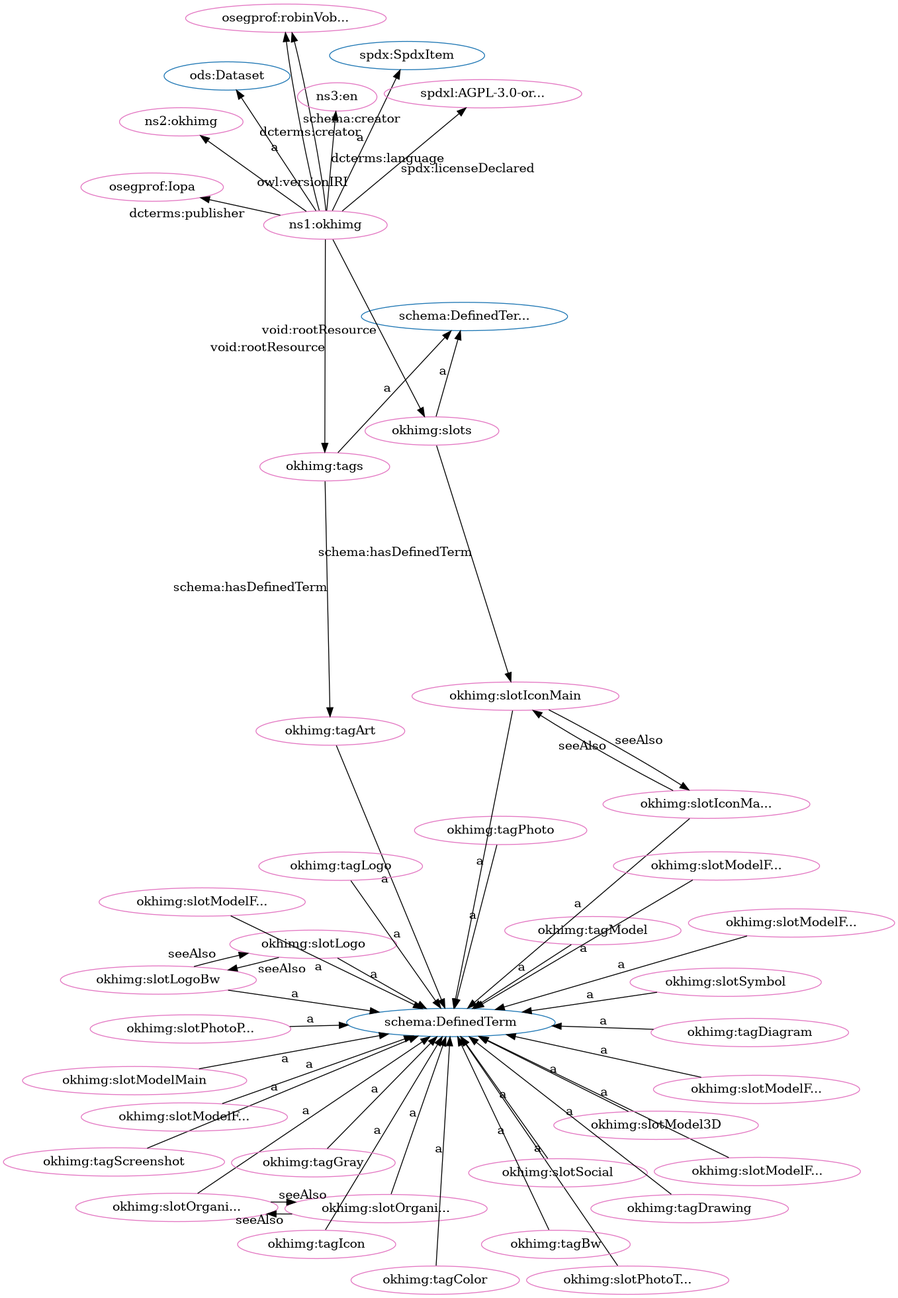
iop-alliance/OpenKnowHow keeps this Graphviz diagram as src/spec/fdp_okh-img-clean.png. Above is the earlier version. Its source is kept beside it as src/spec/fdp_okh-img-clean.dot.
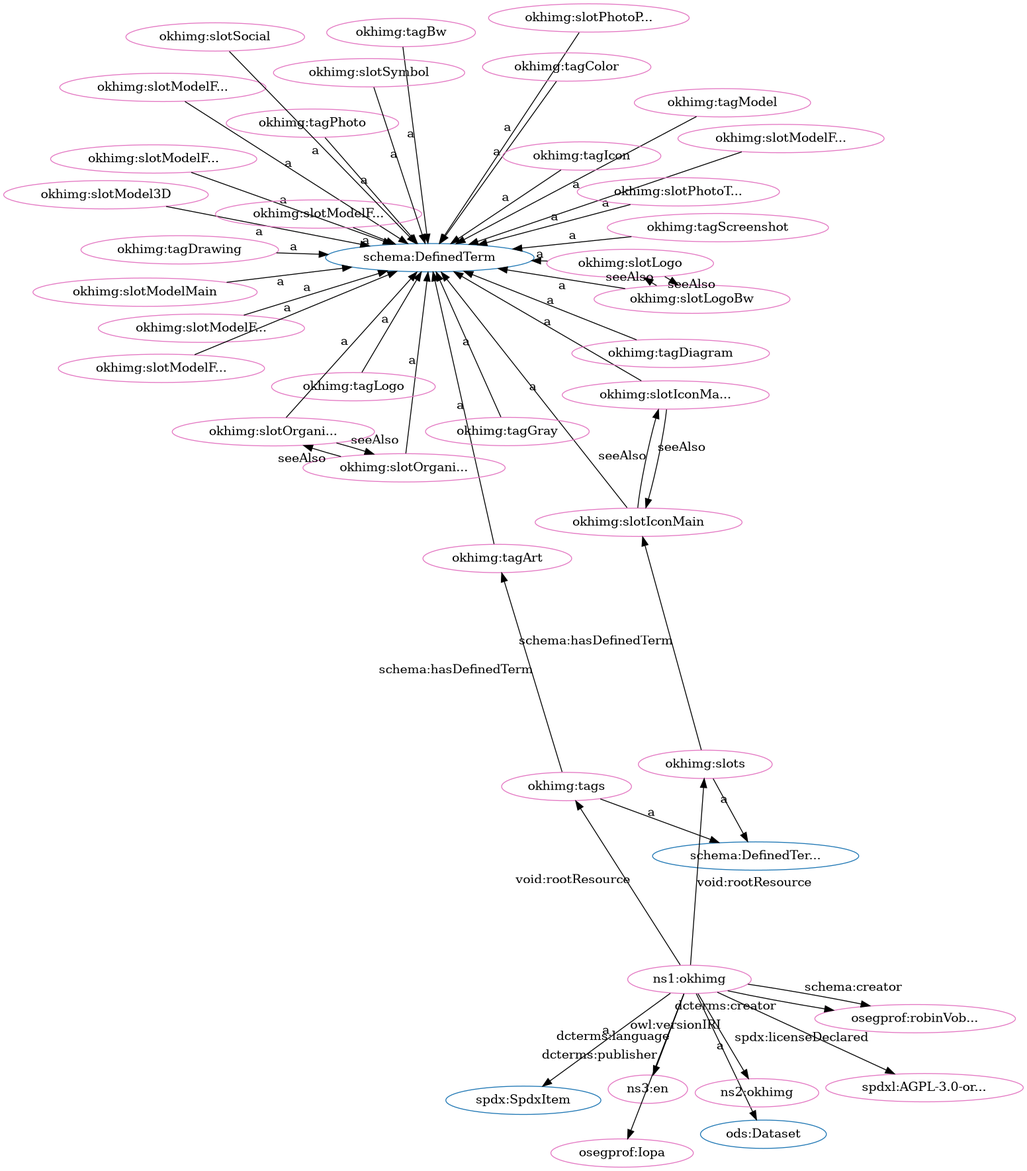
After the commit.

Change to the diagram source:
```diff
@@ -2,93 +2,93 @@
   rankdir=BT
   node[height=.3]
 "http://schema.org/DefinedTerm" [fillcolor="#1f77b4" color="#1f77b4" label="schema:DefinedTerm"]
+"http://schema.org/DefinedTermSet" [fillcolor="#1f77b4" color="#1f77b4" label="schema:DefinedTer..."]
 "http://spdx.org/rdf/terms#SpdxItem" [fillcolor="#1f77b4" color="#1f77b4" label="spdx:SpdxItem"]
-"http://schema.org/DefinedTermSet" [fillcolor="#1f77b4" color="#1f77b4" label="schema:DefinedTer..."]
 "http://w3id.org/oseg/ont/ods#Dataset" [fillcolor="#1f77b4" color="#1f77b4" label="ods:Dataset"]
-"http://w3id.org/oseg/ont/okhimg#slotModelFromFront" [fillcolor="#e377c2" color="#e377c2" label="okhimg:slotModelF..."]
-"http://w3id.org/oseg/ont/oseg-profiles#robinVobruba" [fillcolor="#e377c2" color="#e377c2" label="osegprof:robinVob..."]
+"http://w3id.org/oseg/ont/okhimg#slotModelFromLeft" [fillcolor="#e377c2" color="#e377c2" label="okhimg:slotModelF..."]
+"http://w3id.org/oseg/ont/okhimg#slotModel3D" [fillcolor="#e377c2" color="#e377c2" label="okhimg:slotModel3D"]
+"http://w3id.org/oseg/ont/okhimg#slotModelFromAbove" [fillcolor="#e377c2" color="#e377c2" label="okhimg:slotModelF..."]
+"http://w3id.org/oseg/ont/okhimg#tagArt" [fillcolor="#e377c2" color="#e377c2" label="okhimg:tagArt"]
+"http://w3id.org/oseg/ont/okhimg" [fillcolor="#e377c2" color="#e377c2" label="ns1:okhimg"]
 "http://w3id.org/oseg/ont/okhimg#slotOrganizationLogo" [fillcolor="#e377c2" color="#e377c2" label="okhimg:slotOrgani..."]
-"http://w3id.org/oseg/ont/okhimg#tagPhoto" [fillcolor="#e377c2" color="#e377c2" label="okhimg:tagPhoto"]
-"http://w3id.org/oseg/ont/okhimg#tagColor" [fillcolor="#e377c2" color="#e377c2" label="okhimg:tagColor"]
-"http://w3id.org/oseg/ont/okhimg#tagModel" [fillcolor="#e377c2" color="#e377c2" label="okhimg:tagModel"]
-"http://w3id.org/oseg/ont/okhimg#slotModel3D" [fillcolor="#e377c2" color="#e377c2" label="okhimg:slotModel3D"]
-"http://w3id.org/oseg/ont/okhimg" [fillcolor="#e377c2" color="#e377c2" label="ns1:okhimg"]
-"http://w3id.org/oseg/ont/okhimg#slotModelFromBack" [fillcolor="#e377c2" color="#e377c2" label="okhimg:slotModelF..."]
-"http://w3id.org/oseg/ont/okhimg#slots" [fillcolor="#e377c2" color="#e377c2" label="okhimg:slots"]
-"http://w3id.org/oseg/ont/okhimg#slotLogo" [fillcolor="#e377c2" color="#e377c2" label="okhimg:slotLogo"]
-"http://w3id.org/oseg/ont/okhimg#slotModelFromBelow" [fillcolor="#e377c2" color="#e377c2" label="okhimg:slotModelF..."]
-"http://w3id.org/oseg/ont/okhimg#slotIconMainBw" [fillcolor="#e377c2" color="#e377c2" label="okhimg:slotIconMa..."]
-"http://w3id.org/oseg/ont/okhimg#slotIconMain" [fillcolor="#e377c2" color="#e377c2" label="okhimg:slotIconMain"]
-"http://w3id.org/oseg/ont/okhimg#slotModelFromRight" [fillcolor="#e377c2" color="#e377c2" label="okhimg:slotModelF..."]
-"http://w3id.org/oseg/ont/okhimg#slotSymbol" [fillcolor="#e377c2" color="#e377c2" label="okhimg:slotSymbol"]
-"http://w3id.org/oseg/ont/okhimg#slotPhotoThingMain" [fillcolor="#e377c2" color="#e377c2" label="okhimg:slotPhotoT..."]
-"http://w3id.org/oseg/ont/okhimg#tagIcon" [fillcolor="#e377c2" color="#e377c2" label="okhimg:tagIcon"]
-"http://w3id.org/oseg/ont/okhimg#tagDiagram" [fillcolor="#e377c2" color="#e377c2" label="okhimg:tagDiagram"]
-"http://w3id.org/oseg/ont/okhimg#tagArt" [fillcolor="#e377c2" color="#e377c2" label="okhimg:tagArt"]
-"http://w3id.org/oseg/ont/okhimg#slotSocial" [fillcolor="#e377c2" color="#e377c2" label="okhimg:slotSocial"]
-"http://w3id.org/oseg/ont/okhimg#slotLogoBw" [fillcolor="#e377c2" color="#e377c2" label="okhimg:slotLogoBw"]
-"http://w3id.org/oseg/ont/okhimg#tags" [fillcolor="#e377c2" color="#e377c2" label="okhimg:tags"]
-"http://w3id.org/oseg/ont/oseg-profiles#Iopa" [fillcolor="#e377c2" color="#e377c2" label="osegprof:Iopa"]
-"http://w3id.org/oseg/ont/okhimg#tagGray" [fillcolor="#e377c2" color="#e377c2" label="okhimg:tagGray"]
-"http://w3id.org/oseg/ont/okhimg#tagScreenshot" [fillcolor="#e377c2" color="#e377c2" label="okhimg:tagScreenshot"]
 "http://w3id.org/oseg/ont/0.1.0/okhimg" [fillcolor="#e377c2" color="#e377c2" label="ns2:okhimg"]
 "http://id.loc.gov/vocabulary/iso639-1/en" [fillcolor="#e377c2" color="#e377c2" label="ns3:en"]
-"http://w3id.org/oseg/ont/okhimg#slotModelFromLeft" [fillcolor="#e377c2" color="#e377c2" label="okhimg:slotModelF..."]
+"http://w3id.org/oseg/ont/okhimg#slotLogoBw" [fillcolor="#e377c2" color="#e377c2" label="okhimg:slotLogoBw"]
+"http://w3id.org/oseg/ont/okhimg#slotModelFromFront" [fillcolor="#e377c2" color="#e377c2" label="okhimg:slotModelF..."]
+"http://w3id.org/oseg/ont/okhimg#tagDrawing" [fillcolor="#e377c2" color="#e377c2" label="okhimg:tagDrawing"]
+"http://spdx.org/licenses/AGPL-3.0-or-later" [fillcolor="#e377c2" color="#e377c2" label="spdxl:AGPL-3.0-or..."]
+"http://w3id.org/oseg/ont/okhimg#slots" [fillcolor="#e377c2" color="#e377c2" label="okhimg:slots"]
+"http://w3id.org/oseg/ont/okhimg#slotIconMain" [fillcolor="#e377c2" color="#e377c2" label="okhimg:slotIconMain"]
+"http://w3id.org/oseg/ont/okhimg#slotIconMainBw" [fillcolor="#e377c2" color="#e377c2" label="okhimg:slotIconMa..."]
+"http://w3id.org/oseg/ont/okhimg#slotPhotoThingMain" [fillcolor="#e377c2" color="#e377c2" label="okhimg:slotPhotoT..."]
+"http://w3id.org/oseg/ont/okhimg#tagModel" [fillcolor="#e377c2" color="#e377c2" label="okhimg:tagModel"]
+"http://w3id.org/oseg/ont/okhimg#tagPhoto" [fillcolor="#e377c2" color="#e377c2" label="okhimg:tagPhoto"]
+"http://w3id.org/oseg/ont/okhimg#slotModelFromRight" [fillcolor="#e377c2" color="#e377c2" label="okhimg:slotModelF..."]
+"http://w3id.org/oseg/ont/oseg-profiles#Iopa" [fillcolor="#e377c2" color="#e377c2" label="osegprof:Iopa"]
+"http://w3id.org/oseg/ont/okhimg#slotModelFromBelow" [fillcolor="#e377c2" color="#e377c2" label="okhimg:slotModelF..."]
 "http://w3id.org/oseg/ont/okhimg#slotModelMain" [fillcolor="#e377c2" color="#e377c2" label="okhimg:slotModelMain"]
 "http://w3id.org/oseg/ont/okhimg#slotPhotoPackaging" [fillcolor="#e377c2" color="#e377c2" label="okhimg:slotPhotoP..."]
+"http://w3id.org/oseg/ont/okhimg#tags" [fillcolor="#e377c2" color="#e377c2" label="okhimg:tags"]
+"http://w3id.org/oseg/ont/okhimg#tagLogo" [fillcolor="#e377c2" color="#e377c2" label="okhimg:tagLogo"]
+"http://w3id.org/oseg/ont/okhimg#tagScreenshot" [fillcolor="#e377c2" color="#e377c2" label="okhimg:tagScreenshot"]
+"http://w3id.org/oseg/ont/oseg-profiles#robinVobruba" [fillcolor="#e377c2" color="#e377c2" label="osegprof:robinVob..."]
+"http://w3id.org/oseg/ont/okhimg#slotModelFromBack" [fillcolor="#e377c2" color="#e377c2" label="okhimg:slotModelF..."]
 "http://w3id.org/oseg/ont/okhimg#tagBw" [fillcolor="#e377c2" color="#e377c2" label="okhimg:tagBw"]
+"http://w3id.org/oseg/ont/okhimg#tagColor" [fillcolor="#e377c2" color="#e377c2" label="okhimg:tagColor"]
+"http://w3id.org/oseg/ont/okhimg#slotLogo" [fillcolor="#e377c2" color="#e377c2" label="okhimg:slotLogo"]
+"http://w3id.org/oseg/ont/okhimg#slotSymbol" [fillcolor="#e377c2" color="#e377c2" label="okhimg:slotSymbol"]
+"http://w3id.org/oseg/ont/okhimg#tagDiagram" [fillcolor="#e377c2" color="#e377c2" label="okhimg:tagDiagram"]
+"http://w3id.org/oseg/ont/okhimg#slotSocial" [fillcolor="#e377c2" color="#e377c2" label="okhimg:slotSocial"]
 "http://w3id.org/oseg/ont/okhimg#slotOrganizationLogoBw" [fillcolor="#e377c2" color="#e377c2" label="okhimg:slotOrgani..."]
-"http://spdx.org/licenses/AGPL-3.0-or-later" [fillcolor="#e377c2" color="#e377c2" label="spdxl:AGPL-3.0-or..."]
-"http://w3id.org/oseg/ont/okhimg#slotModelFromAbove" [fillcolor="#e377c2" color="#e377c2" label="okhimg:slotModelF..."]
-"http://w3id.org/oseg/ont/okhimg#tagDrawing" [fillcolor="#e377c2" color="#e377c2" label="okhimg:tagDrawing"]
-"http://w3id.org/oseg/ont/okhimg#tagLogo" [fillcolor="#e377c2" color="#e377c2" label="okhimg:tagLogo"]
-  "http://w3id.org/oseg/ont/okhimg#slotModelFromFront" -> "http://schema.org/DefinedTerm" [label="a"]
-  "http://w3id.org/oseg/ont/okhimg" -> "http://w3id.org/oseg/ont/oseg-profiles#robinVobruba" [label="schema:creator"]
-  "http://w3id.org/oseg/ont/okhimg#slotOrganizationLogo" -> "http://schema.org/DefinedTerm" [label="a"]
-  "http://w3id.org/oseg/ont/okhimg#tagPhoto" -> "http://schema.org/DefinedTerm" [label="a"]
-  "http://w3id.org/oseg/ont/okhimg#tagModel" -> "http://schema.org/DefinedTerm" [label="a"]
-  "http://w3id.org/oseg/ont/okhimg#tagColor" -> "http://schema.org/DefinedTerm" [label="a"]
+"http://w3id.org/oseg/ont/okhimg#tagGray" [fillcolor="#e377c2" color="#e377c2" label="okhimg:tagGray"]
+"http://w3id.org/oseg/ont/okhimg#tagIcon" [fillcolor="#e377c2" color="#e377c2" label="okhimg:tagIcon"]
+  "http://w3id.org/oseg/ont/okhimg#slotModelFromLeft" -> "http://schema.org/DefinedTerm" [label="a"]
   "http://w3id.org/oseg/ont/okhimg#slotModel3D" -> "http://schema.org/DefinedTerm" [label="a"]
+  "http://w3id.org/oseg/ont/okhimg#slotModelFromAbove" -> "http://schema.org/DefinedTerm" [label="a"]
+  "http://w3id.org/oseg/ont/okhimg#tagArt" -> "http://schema.org/DefinedTerm" [label="a"]
   "http://w3id.org/oseg/ont/okhimg" -> "http://spdx.org/rdf/terms#SpdxItem" [label="a"]
-  "http://w3id.org/oseg/ont/okhimg#slotModelFromBack" -> "http://schema.org/DefinedTerm" [label="a"]
-  "http://w3id.org/oseg/ont/okhimg" -> "http://w3id.org/oseg/ont/okhimg#slots" [label="void:rootResource"]
-  "http://w3id.org/oseg/ont/okhimg#slotLogo" -> "http://schema.org/DefinedTerm" [label="a"]
-  "http://w3id.org/oseg/ont/okhimg#slotModelFromBelow" -> "http://schema.org/DefinedTerm" [label="a"]
-  "http://w3id.org/oseg/ont/okhimg#slotIconMainBw" -> "http://schema.org/DefinedTerm" [label="a"]
-  "http://w3id.org/oseg/ont/okhimg#slotIconMainBw" -> "http://w3id.org/oseg/ont/okhimg#slotIconMain" [label="seeAlso"]
-  "http://w3id.org/oseg/ont/okhimg#slotModelFromRight" -> "http://schema.org/DefinedTerm" [label="a"]
-  "http://w3id.org/oseg/ont/okhimg#slotSymbol" -> "http://schema.org/DefinedTerm" [label="a"]
-  "http://w3id.org/oseg/ont/okhimg#slotPhotoThingMain" -> "http://schema.org/DefinedTerm" [label="a"]
-  "http://w3id.org/oseg/ont/okhimg#tagIcon" -> "http://schema.org/DefinedTerm" [label="a"]
-  "http://w3id.org/oseg/ont/okhimg#tagDiagram" -> "http://schema.org/DefinedTerm" [label="a"]
-  "http://w3id.org/oseg/ont/okhimg#tagArt" -> "http://schema.org/DefinedTerm" [label="a"]
-  "http://w3id.org/oseg/ont/okhimg#slotIconMain" -> "http://schema.org/DefinedTerm" [label="a"]
-  "http://w3id.org/oseg/ont/okhimg#tags" -> "http://w3id.org/oseg/ont/okhimg#tagArt" [label="schema:hasDefinedTerm"]
-  "http://w3id.org/oseg/ont/okhimg" -> "http://w3id.org/oseg/ont/ods#Dataset" [label="a"]
-  "http://w3id.org/oseg/ont/okhimg#slotSocial" -> "http://schema.org/DefinedTerm" [label="a"]
-  "http://w3id.org/oseg/ont/okhimg#slotLogoBw" -> "http://schema.org/DefinedTerm" [label="a"]
-  "http://w3id.org/oseg/ont/okhimg" -> "http://w3id.org/oseg/ont/oseg-profiles#robinVobruba" [label="dcterms:creator"]
-  "http://w3id.org/oseg/ont/okhimg#tags" -> "http://schema.org/DefinedTermSet" [label="a"]
-  "http://w3id.org/oseg/ont/okhimg" -> "http://w3id.org/oseg/ont/okhimg#tags" [label="void:rootResource"]
-  "http://w3id.org/oseg/ont/okhimg" -> "http://w3id.org/oseg/ont/oseg-profiles#Iopa" [label="dcterms:publisher"]
-  "http://w3id.org/oseg/ont/okhimg#slotLogoBw" -> "http://w3id.org/oseg/ont/okhimg#slotLogo" [label="seeAlso"]
-  "http://w3id.org/oseg/ont/okhimg#tagGray" -> "http://schema.org/DefinedTerm" [label="a"]
-  "http://w3id.org/oseg/ont/okhimg#tagScreenshot" -> "http://schema.org/DefinedTerm" [label="a"]
+  "http://w3id.org/oseg/ont/okhimg#slotOrganizationLogoBw" -> "http://w3id.org/oseg/ont/okhimg#slotOrganizationLogo" [label="seeAlso"]
   "http://w3id.org/oseg/ont/okhimg" -> "http://w3id.org/oseg/ont/0.1.0/okhimg" [label="owl:versionIRI"]
   "http://w3id.org/oseg/ont/okhimg" -> "http://id.loc.gov/vocabulary/iso639-1/en" [label="dcterms:language"]
-  "http://w3id.org/oseg/ont/okhimg#slotModelFromLeft" -> "http://schema.org/DefinedTerm" [label="a"]
+  "http://w3id.org/oseg/ont/okhimg#slotLogo" -> "http://w3id.org/oseg/ont/okhimg#slotLogoBw" [label="seeAlso"]
+  "http://w3id.org/oseg/ont/okhimg#slotModelFromFront" -> "http://schema.org/DefinedTerm" [label="a"]
+  "http://w3id.org/oseg/ont/okhimg#tagDrawing" -> "http://schema.org/DefinedTerm" [label="a"]
+  "http://w3id.org/oseg/ont/okhimg" -> "http://spdx.org/licenses/AGPL-3.0-or-later" [label="spdx:licenseDeclared"]
+  "http://w3id.org/oseg/ont/okhimg" -> "http://w3id.org/oseg/ont/okhimg#slots" [label="void:rootResource"]
+  "http://w3id.org/oseg/ont/okhimg#slots" -> "http://w3id.org/oseg/ont/okhimg#slotIconMain" [label="schema:hasDefinedTerm"]
+  "http://w3id.org/oseg/ont/okhimg#slotIconMainBw" -> "http://schema.org/DefinedTerm" [label="a"]
+  "http://w3id.org/oseg/ont/okhimg#slotPhotoThingMain" -> "http://schema.org/DefinedTerm" [label="a"]
+  "http://w3id.org/oseg/ont/okhimg#tagModel" -> "http://schema.org/DefinedTerm" [label="a"]
+  "http://w3id.org/oseg/ont/okhimg#tags" -> "http://w3id.org/oseg/ont/okhimg#tagArt" [label="schema:hasDefinedTerm"]
+  "http://w3id.org/oseg/ont/okhimg#tagPhoto" -> "http://schema.org/DefinedTerm" [label="a"]
+  "http://w3id.org/oseg/ont/okhimg#slotModelFromRight" -> "http://schema.org/DefinedTerm" [label="a"]
+  "http://w3id.org/oseg/ont/okhimg" -> "http://w3id.org/oseg/ont/oseg-profiles#Iopa" [label="dcterms:publisher"]
+  "http://w3id.org/oseg/ont/okhimg#slotModelFromBelow" -> "http://schema.org/DefinedTerm" [label="a"]
+  "http://w3id.org/oseg/ont/okhimg#slotOrganizationLogo" -> "http://schema.org/DefinedTerm" [label="a"]
   "http://w3id.org/oseg/ont/okhimg#slotModelMain" -> "http://schema.org/DefinedTerm" [label="a"]
-  "http://w3id.org/oseg/ont/okhimg#slotOrganizationLogoBw" -> "http://w3id.org/oseg/ont/okhimg#slotOrganizationLogo" [label="seeAlso"]
   "http://w3id.org/oseg/ont/okhimg#slotPhotoPackaging" -> "http://schema.org/DefinedTerm" [label="a"]
+  "http://w3id.org/oseg/ont/okhimg#slotIconMainBw" -> "http://w3id.org/oseg/ont/okhimg#slotIconMain" [label="seeAlso"]
+  "http://w3id.org/oseg/ont/okhimg#tags" -> "http://schema.org/DefinedTermSet" [label="a"]
+  "http://w3id.org/oseg/ont/okhimg#tagLogo" -> "http://schema.org/DefinedTerm" [label="a"]
+  "http://w3id.org/oseg/ont/okhimg#tagScreenshot" -> "http://schema.org/DefinedTerm" [label="a"]
+  "http://w3id.org/oseg/ont/okhimg" -> "http://w3id.org/oseg/ont/oseg-profiles#robinVobruba" [label="schema:creator"]
+  "http://w3id.org/oseg/ont/okhimg" -> "http://w3id.org/oseg/ont/okhimg#tags" [label="void:rootResource"]
+  "http://w3id.org/oseg/ont/okhimg#slotModelFromBack" -> "http://schema.org/DefinedTerm" [label="a"]
+  "http://w3id.org/oseg/ont/okhimg" -> "http://w3id.org/oseg/ont/oseg-profiles#robinVobruba" [label="dcterms:creator"]
   "http://w3id.org/oseg/ont/okhimg#tagBw" -> "http://schema.org/DefinedTerm" [label="a"]
+  "http://w3id.org/oseg/ont/okhimg#tagColor" -> "http://schema.org/DefinedTerm" [label="a"]
+  "http://w3id.org/oseg/ont/okhimg#slotLogoBw" -> "http://w3id.org/oseg/ont/okhimg#slotLogo" [label="seeAlso"]
+  "http://w3id.org/oseg/ont/okhimg#slotSymbol" -> "http://schema.org/DefinedTerm" [label="a"]
+  "http://w3id.org/oseg/ont/okhimg" -> "http://w3id.org/oseg/ont/ods#Dataset" [label="a"]
+  "http://w3id.org/oseg/ont/okhimg#slotLogoBw" -> "http://schema.org/DefinedTerm" [label="a"]
+  "http://w3id.org/oseg/ont/okhimg#tagDiagram" -> "http://schema.org/DefinedTerm" [label="a"]
+  "http://w3id.org/oseg/ont/okhimg#slotIconMain" -> "http://w3id.org/oseg/ont/okhimg#slotIconMainBw" [label="seeAlso"]
+  "http://w3id.org/oseg/ont/okhimg#slotLogo" -> "http://schema.org/DefinedTerm" [label="a"]
+  "http://w3id.org/oseg/ont/okhimg#slotIconMain" -> "http://schema.org/DefinedTerm" [label="a"]
+  "http://w3id.org/oseg/ont/okhimg#slotSocial" -> "http://schema.org/DefinedTerm" [label="a"]
+  "http://w3id.org/oseg/ont/okhimg#slots" -> "http://schema.org/DefinedTermSet" [label="a"]
+  "http://w3id.org/oseg/ont/okhimg#slotOrganizationLogo" -> "http://w3id.org/oseg/ont/okhimg#slotOrganizationLogoBw" [label="seeAlso"]
   "http://w3id.org/oseg/ont/okhimg#slotOrganizationLogoBw" -> "http://schema.org/DefinedTerm" [label="a"]
-  "http://w3id.org/oseg/ont/okhimg" -> "http://spdx.org/licenses/AGPL-3.0-or-later" [label="spdx:licenseDeclared"]
-  "http://w3id.org/oseg/ont/okhimg#slotLogo" -> "http://w3id.org/oseg/ont/okhimg#slotLogoBw" [label="seeAlso"]
-  "http://w3id.org/oseg/ont/okhimg#slotOrganizationLogo" -> "http://w3id.org/oseg/ont/okhimg#slotOrganizationLogoBw" [label="seeAlso"]
-  "http://w3id.org/oseg/ont/okhimg#slotModelFromAbove" -> "http://schema.org/DefinedTerm" [label="a"]
-  "http://w3id.org/oseg/ont/okhimg#slots" -> "http://w3id.org/oseg/ont/okhimg#slotIconMain" [label="schema:hasDefinedTerm"]
-  "http://w3id.org/oseg/ont/okhimg#tagDrawing" -> "http://schema.org/DefinedTerm" [label="a"]
-  "http://w3id.org/oseg/ont/okhimg#slots" -> "http://schema.org/DefinedTermSet" [label="a"]
-  "http://w3id.org/oseg/ont/okhimg#tagLogo" -> "http://schema.org/DefinedTerm" [label="a"]
-  "http://w3id.org/oseg/ont/okhimg#slotIconMain" -> "http://w3id.org/oseg/ont/okhimg#slotIconMainBw" [label="seeAlso"]
+  "http://w3id.org/oseg/ont/okhimg#tagGray" -> "http://schema.org/DefinedTerm" [label="a"]
+  "http://w3id.org/oseg/ont/okhimg#tagIcon" -> "http://schema.org/DefinedTerm" [label="a"]
 }
```
